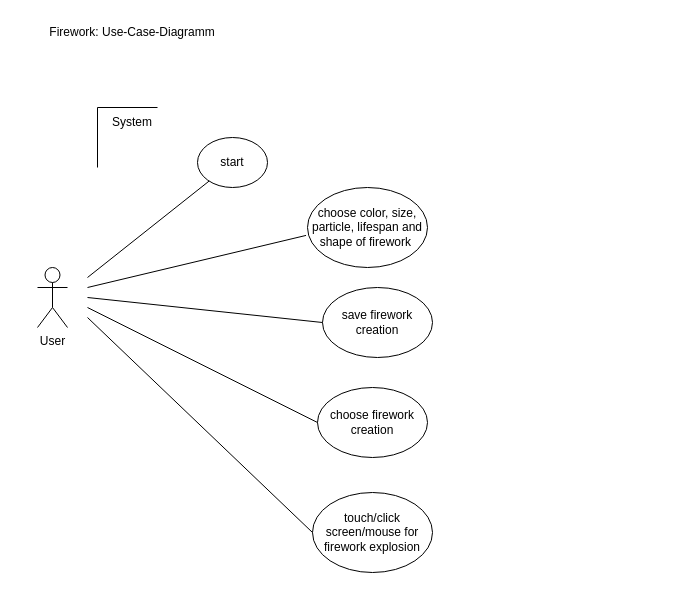
This is UCD_Firwork.drawio from LizHengsteler/EIA2-Endabgabe, a draw.io file, before an edit. Source tidied: cells renumbered, new cells numbered last; positions are measured from the earlier drawing's top-left corner, leaving out a move shared by most shapes. Both pictures are drawn from the tidied source at 100%, with x=0, y=0 at pixel (17, 17).
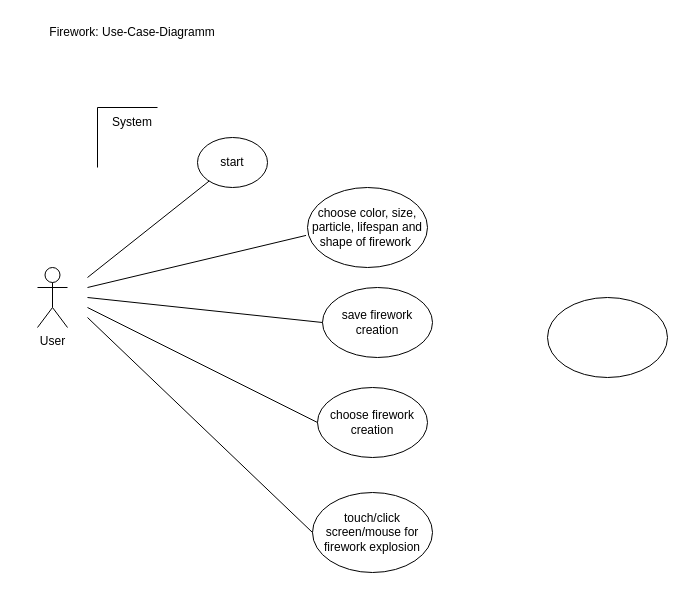
The same page after the edit.

The edit, as a diff of the source:
```diff
@@
+    <mxCell id="17" style="ellipse;whiteSpace=wrap;html=1;" parent="1" vertex="1">
+      <mxGeometry x="530" y="280" width="120" height="80" as="geometry" />
+    </mxCell>
```
